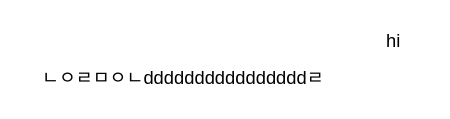
zunik/zunik_home keeps this draw.io diagram as Untitled Diagram.drawio. Above is the earlier version. Source tidied: cells renumbered, new cells numbered last; positions are measured from the earlier drawing's top-left corner, leaving out a move shared by most shapes. Both pictures are drawn from the tidied source at 153%, with x=0, y=0 at pixel (113, 26).
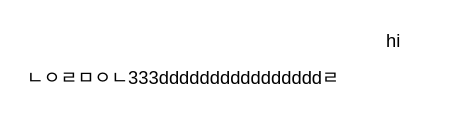
The same page after the edit.

Diff of the diagram source:
```diff
@@
 <mxGraphModel>
   <root>
     <mxCell id="0" />
     <mxCell id="1" parent="0" />
     <mxCell id="2" value="hi" style="text;html=1;strokeColor=none;fillColor=none;align=center;verticalAlign=middle;whiteSpace=wrap;rounded=0;" parent="1" vertex="1">
       <mxGeometry x="163" width="40" height="20" as="geometry" />
     </mxCell>
-    <mxCell id="3" value="ㄴㅇㄹㅁㅇㄴddddddddddddddddㄹ" style="text;html=1;align=center;verticalAlign=middle;" parent="1" vertex="1">
+    <mxCell id="3" value="ㄴㅇㄹㅁㅇㄴ333ddddddddddddddddㄹ" style="text;html=1;align=center;verticalAlign=middle;" parent="1" vertex="1">
       <mxGeometry y="24" width="90" height="20" as="geometry" />
     </mxCell>
   </root>
 </mxGraphModel>
```
